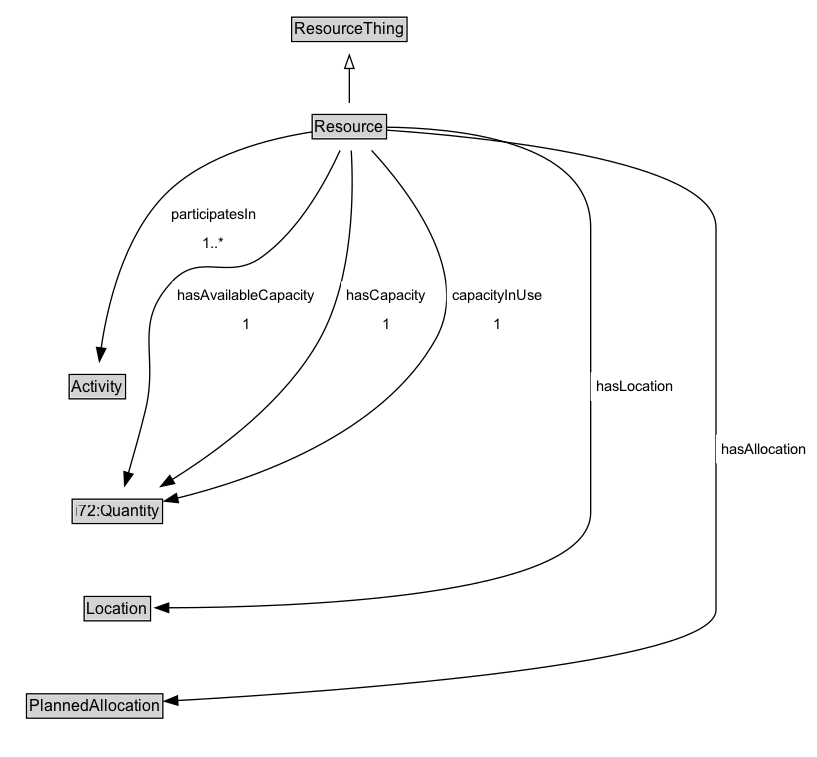
Earlier version of the Graphviz export docs/diagrams/Resource.dot.png (ISO-TC204/ontology-cdm-p1-v1). Its source is kept beside it as docs/diagrams/Resource.dot. Its diagram source:
```dot
digraph {
	graph [overlap=false rankdir=TB splines=true]
	node [fontname=Arial fontsize=12 margin=0 shape=none]
	edge [fontname=Arial fontsize=11]
	{
		rank=source
		ResourceThing [label=<<TABLE BORDER="1" CELLBORDER="0" CELLSPACING="0" CELLPADDING="1"><TR><TD BGCOLOR="lightgray" ALIGN="CENTER">ResourceThing</TD></TR></TABLE>> URL="../ResourceThing" margin=0]
	}
	Resource [label=<<TABLE BORDER="1" CELLBORDER="0" CELLSPACING="0" CELLPADDING="1"><TR><TD BGCOLOR="lightgray" ALIGN="CENTER">Resource</TD></TR></TABLE>> URL="../Resource" margin=0]
	{
		rank=max
	}
	subgraph cluster_associated {
		label="" style=invis
		Invis [label=<<TABLE BORDER="0" CELLBORDER="0" CELLSPACING="0" CELLPADDING="1"><TR><TD></TD></TR></TABLE>> margin=0 style=invis]
		Activity [label=<<TABLE BORDER="1" CELLBORDER="0" CELLSPACING="0" CELLPADDING="1"><TR><TD BGCOLOR="lightgray" ALIGN="CENTER">Activity</TD></TR></TABLE>> URL="../Activity" margin=0]
		i72_Quantity [label=<<TABLE BORDER="1" CELLBORDER="0" CELLSPACING="0" CELLPADDING="1"><TR><TD BGCOLOR="lightgray" ALIGN="CENTER">i72:Quantity</TD></TR></TABLE>> URL="https://w3id.org/citydata/21972/v1/Quantity" margin=0]
		Location [label=<<TABLE BORDER="1" CELLBORDER="0" CELLSPACING="0" CELLPADDING="1"><TR><TD BGCOLOR="lightgray" ALIGN="CENTER">Location</TD></TR></TABLE>> URL="../Location" margin=0]
		PlannedAllocation [label=<<TABLE BORDER="1" CELLBORDER="0" CELLSPACING="0" CELLPADDING="1"><TR><TD BGCOLOR="lightgray" ALIGN="CENTER">PlannedAllocation</TD></TR></TABLE>> URL="../PlannedAllocation" margin=0]
	}
	Resource -> ResourceThing [arrowhead=onormal style=solid]
	Resource -> Invis [style=invis]
	Invis -> Activity [style=invis]
	Activity -> i72_Quantity [style=invis]
	i72_Quantity -> Location [style=invis]
	Location -> PlannedAllocation [style=invis]
	Location [label=<<TABLE BORDER="1" CELLBORDER="0" CELLSPACING="0" CELLPADDING="1"><TR><TD BGCOLOR="lightgray" ALIGN="CENTER">Location</TD></TR></TABLE>> URL="../Location" margin=0]
	Resource -> Location [label=<<TABLE BORDER="0" CELLBORDER="0" CELLSPACING="0" CELLPADDING="4" BGCOLOR="white"><TR><TD ALIGN="CENTER">hasLocation</TD></TR></TABLE>> arrowhead=normal style=solid]
	i72_Quantity [label=<<TABLE BORDER="1" CELLBORDER="0" CELLSPACING="0" CELLPADDING="1"><TR><TD BGCOLOR="lightgray" ALIGN="CENTER">i72:Quantity</TD></TR></TABLE>> URL="https://w3id.org/citydata/21972/v1/Quantity" margin=0]
	Resource -> i72_Quantity [label=<<TABLE BORDER="0" CELLBORDER="0" CELLSPACING="0" CELLPADDING="4" BGCOLOR="white"><TR><TD ALIGN="CENTER">hasAvailableCapacity</TD></TR><TR><TD ALIGN="CENTER">1</TD></TR></TABLE>> arrowhead=normal style=solid]
	Resource -> i72_Quantity [label=<<TABLE BORDER="0" CELLBORDER="0" CELLSPACING="0" CELLPADDING="4" BGCOLOR="white"><TR><TD ALIGN="CENTER">hasCapacity</TD></TR><TR><TD ALIGN="CENTER">1</TD></TR></TABLE>> arrowhead=normal style=solid]
	Resource -> i72_Quantity [label=<<TABLE BORDER="0" CELLBORDER="0" CELLSPACING="0" CELLPADDING="4" BGCOLOR="white"><TR><TD ALIGN="CENTER">capacityInUse</TD></TR><TR><TD ALIGN="CENTER">1</TD></TR></TABLE>> arrowhead=normal style=solid]
	Activity [label=<<TABLE BORDER="1" CELLBORDER="0" CELLSPACING="0" CELLPADDING="1"><TR><TD BGCOLOR="lightgray" ALIGN="CENTER">Activity</TD></TR></TABLE>> URL="../Activity" margin=0]
	Resource -> Activity [label=<<TABLE BORDER="0" CELLBORDER="0" CELLSPACING="0" CELLPADDING="4" BGCOLOR="white"><TR><TD ALIGN="CENTER">participatesIn</TD></TR><TR><TD ALIGN="CENTER">1..*</TD></TR></TABLE>> arrowhead=normal style=solid]
	PlannedAllocation [label=<<TABLE BORDER="1" CELLBORDER="0" CELLSPACING="0" CELLPADDING="1"><TR><TD BGCOLOR="lightgray" ALIGN="CENTER">PlannedAllocation</TD></TR></TABLE>> URL="../PlannedAllocation" margin=0]
	Resource -> PlannedAllocation [label=<<TABLE BORDER="0" CELLBORDER="0" CELLSPACING="0" CELLPADDING="4" BGCOLOR="white"><TR><TD ALIGN="CENTER">hasAllocation</TD></TR></TABLE>> arrowhead=normal style=solid]
}
```
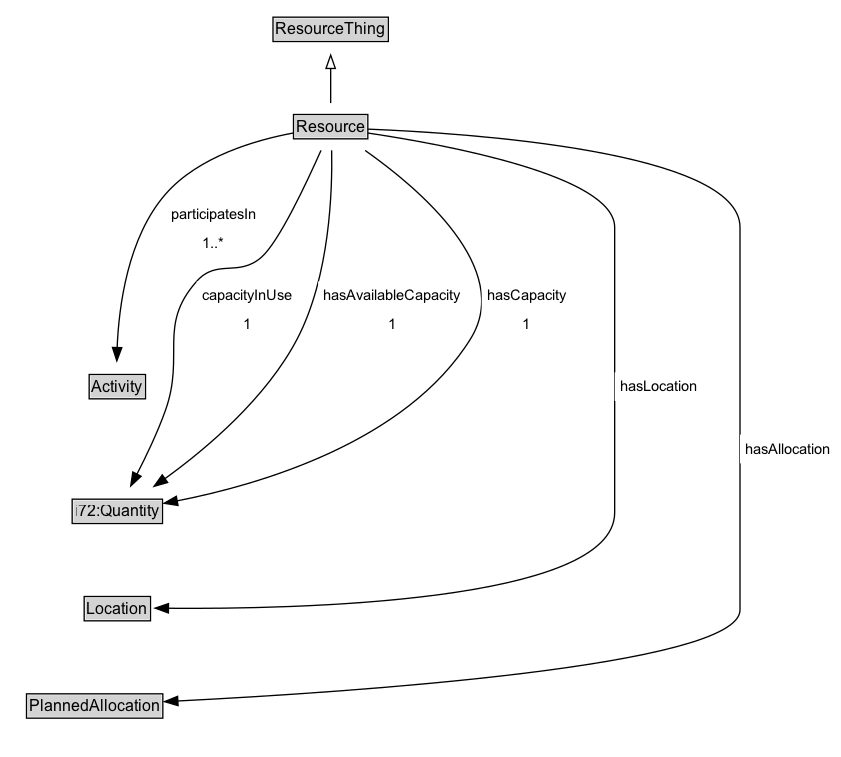
After the change.

What changed in the source:
```diff
@@ -24,14 +24,14 @@
 	Activity -> i72_Quantity [style=invis]
 	i72_Quantity -> Location [style=invis]
 	Location -> PlannedAllocation [style=invis]
+	PlannedAllocation [label=<<TABLE BORDER="1" CELLBORDER="0" CELLSPACING="0" CELLPADDING="1"><TR><TD BGCOLOR="lightgray" ALIGN="CENTER">PlannedAllocation</TD></TR></TABLE>> URL="../PlannedAllocation" margin=0]
+	Resource -> PlannedAllocation [label=<<TABLE BORDER="0" CELLBORDER="0" CELLSPACING="0" CELLPADDING="4" BGCOLOR="white"><TR><TD ALIGN="CENTER">hasAllocation</TD></TR></TABLE>> arrowhead=normal style=solid]
 	Location [label=<<TABLE BORDER="1" CELLBORDER="0" CELLSPACING="0" CELLPADDING="1"><TR><TD BGCOLOR="lightgray" ALIGN="CENTER">Location</TD></TR></TABLE>> URL="../Location" margin=0]
 	Resource -> Location [label=<<TABLE BORDER="0" CELLBORDER="0" CELLSPACING="0" CELLPADDING="4" BGCOLOR="white"><TR><TD ALIGN="CENTER">hasLocation</TD></TR></TABLE>> arrowhead=normal style=solid]
+	Activity [label=<<TABLE BORDER="1" CELLBORDER="0" CELLSPACING="0" CELLPADDING="1"><TR><TD BGCOLOR="lightgray" ALIGN="CENTER">Activity</TD></TR></TABLE>> URL="../Activity" margin=0]
+	Resource -> Activity [label=<<TABLE BORDER="0" CELLBORDER="0" CELLSPACING="0" CELLPADDING="4" BGCOLOR="white"><TR><TD ALIGN="CENTER">participatesIn</TD></TR><TR><TD ALIGN="CENTER">1..*</TD></TR></TABLE>> arrowhead=normal style=solid]
 	i72_Quantity [label=<<TABLE BORDER="1" CELLBORDER="0" CELLSPACING="0" CELLPADDING="1"><TR><TD BGCOLOR="lightgray" ALIGN="CENTER">i72:Quantity</TD></TR></TABLE>> URL="https://w3id.org/citydata/21972/v1/Quantity" margin=0]
+	Resource -> i72_Quantity [label=<<TABLE BORDER="0" CELLBORDER="0" CELLSPACING="0" CELLPADDING="4" BGCOLOR="white"><TR><TD ALIGN="CENTER">capacityInUse</TD></TR><TR><TD ALIGN="CENTER">1</TD></TR></TABLE>> arrowhead=normal style=solid]
 	Resource -> i72_Quantity [label=<<TABLE BORDER="0" CELLBORDER="0" CELLSPACING="0" CELLPADDING="4" BGCOLOR="white"><TR><TD ALIGN="CENTER">hasAvailableCapacity</TD></TR><TR><TD ALIGN="CENTER">1</TD></TR></TABLE>> arrowhead=normal style=solid]
 	Resource -> i72_Quantity [label=<<TABLE BORDER="0" CELLBORDER="0" CELLSPACING="0" CELLPADDING="4" BGCOLOR="white"><TR><TD ALIGN="CENTER">hasCapacity</TD></TR><TR><TD ALIGN="CENTER">1</TD></TR></TABLE>> arrowhead=normal style=solid]
-	Resource -> i72_Quantity [label=<<TABLE BORDER="0" CELLBORDER="0" CELLSPACING="0" CELLPADDING="4" BGCOLOR="white"><TR><TD ALIGN="CENTER">capacityInUse</TD></TR><TR><TD ALIGN="CENTER">1</TD></TR></TABLE>> arrowhead=normal style=solid]
-	Activity [label=<<TABLE BORDER="1" CELLBORDER="0" CELLSPACING="0" CELLPADDING="1"><TR><TD BGCOLOR="lightgray" ALIGN="CENTER">Activity</TD></TR></TABLE>> URL="../Activity" margin=0]
-	Resource -> Activity [label=<<TABLE BORDER="0" CELLBORDER="0" CELLSPACING="0" CELLPADDING="4" BGCOLOR="white"><TR><TD ALIGN="CENTER">participatesIn</TD></TR><TR><TD ALIGN="CENTER">1..*</TD></TR></TABLE>> arrowhead=normal style=solid]
-	PlannedAllocation [label=<<TABLE BORDER="1" CELLBORDER="0" CELLSPACING="0" CELLPADDING="1"><TR><TD BGCOLOR="lightgray" ALIGN="CENTER">PlannedAllocation</TD></TR></TABLE>> URL="../PlannedAllocation" margin=0]
-	Resource -> PlannedAllocation [label=<<TABLE BORDER="0" CELLBORDER="0" CELLSPACING="0" CELLPADDING="4" BGCOLOR="white"><TR><TD ALIGN="CENTER">hasAllocation</TD></TR></TABLE>> arrowhead=normal style=solid]
 }
```
